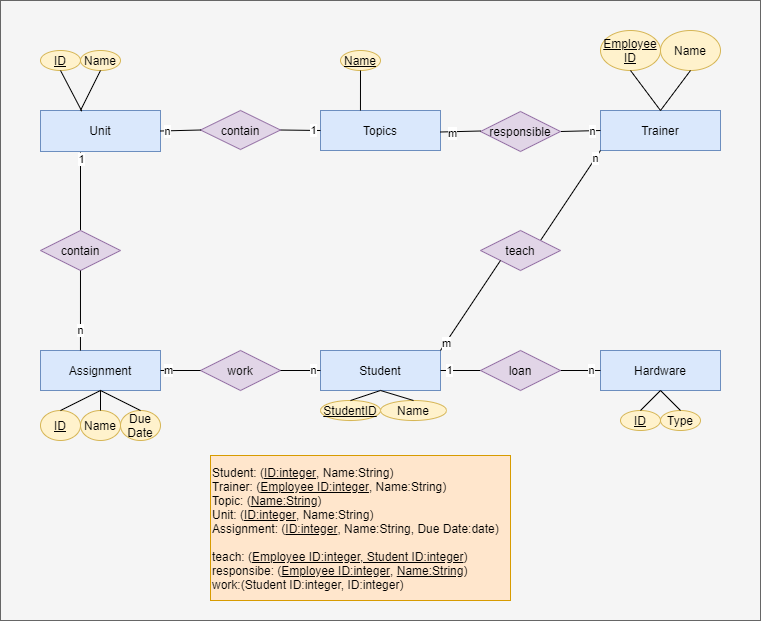
The draw.io diagram erm coders bay.png in CODERS-BAY/coders-bay-erm-mightyllama, before a commit. Source tidied: cells renumbered, new cells last; positions are measured from the earlier drawing's top-left corner, leaving out a move shared by most shapes. The source it was exported from:
```xml
<mxGraphModel>
  <root>
    <mxCell id="0" />
    <mxCell id="1" parent="0" />
    <mxCell id="2" style="rounded=0;whiteSpace=wrap;html=1;fillColor=#f5f5f5;strokeColor=#666666;fontColor=#333333;" parent="1" vertex="1">
      <mxGeometry width="760" height="620" as="geometry" />
    </mxCell>
    <mxCell id="3" value="Student" style="rounded=0;whiteSpace=wrap;html=1;fillColor=#dae8fc;strokeColor=#6c8ebf;" parent="1" vertex="1">
      <mxGeometry x="320" y="350" width="120" height="40" as="geometry" />
    </mxCell>
    <mxCell id="4" value="Topics" style="rounded=0;whiteSpace=wrap;html=1;fillColor=#dae8fc;strokeColor=#6c8ebf;" parent="1" vertex="1">
      <mxGeometry x="320" y="110" width="120" height="40" as="geometry" />
    </mxCell>
    <mxCell id="5" value="Trainer" style="rounded=0;whiteSpace=wrap;html=1;fillColor=#dae8fc;strokeColor=#6c8ebf;" parent="1" vertex="1">
      <mxGeometry x="600" y="110" width="120" height="40" as="geometry" />
    </mxCell>
    <mxCell id="6" value="Unit" style="rounded=0;whiteSpace=wrap;html=1;fillColor=#dae8fc;strokeColor=#6c8ebf;" parent="1" vertex="1">
      <mxGeometry x="40" y="110" width="120" height="41" as="geometry" />
    </mxCell>
    <mxCell id="7" value="Assignment" style="rounded=0;whiteSpace=wrap;html=1;fillColor=#dae8fc;strokeColor=#6c8ebf;" parent="1" vertex="1">
      <mxGeometry x="40" y="350" width="120" height="40" as="geometry" />
    </mxCell>
    <mxCell id="8" style="endArrow=none;html=1;entryX=0;entryY=0.5;entryDx=0;entryDy=0;exitX=1;exitY=0.5;exitDx=0;exitDy=0;" parent="1" edge="1" source="10" target="5">
      <mxGeometry relative="1" as="geometry" />
    </mxCell>
    <mxCell id="9" value="n" style="edgeLabel;html=1;align=center;verticalAlign=middle;" parent="8" vertex="1">
      <mxGeometry x="0.59" relative="1" as="geometry" />
    </mxCell>
    <mxCell id="10" value="responsible" style="rhombus;whiteSpace=wrap;html=1;fillColor=#e1d5e7;strokeColor=#9673a6;" parent="1" vertex="1">
      <mxGeometry x="480" y="111" width="80" height="40" as="geometry" />
    </mxCell>
    <mxCell id="11" style="endArrow=none;html=1;exitX=1;exitY=0.5;exitDx=0;exitDy=0;entryX=0;entryY=0.5;entryDx=0;entryDy=0;" parent="1" edge="1" source="13" target="4">
      <mxGeometry relative="1" as="geometry" />
    </mxCell>
    <mxCell id="12" value="1" style="edgeLabel;html=1;align=center;verticalAlign=middle;" parent="11" vertex="1">
      <mxGeometry x="0.65" relative="1" as="geometry" />
    </mxCell>
    <mxCell id="13" value="contain" style="rhombus;whiteSpace=wrap;html=1;fillColor=#e1d5e7;strokeColor=#9673a6;" parent="1" vertex="1">
      <mxGeometry x="200" y="110" width="80" height="39" as="geometry" />
    </mxCell>
    <mxCell id="14" style="endArrow=none;html=1;exitX=1;exitY=0.5;exitDx=0;exitDy=0;entryX=0;entryY=0.5;entryDx=0;entryDy=0;" parent="1" edge="1" source="6" target="13">
      <mxGeometry relative="1" as="geometry" />
    </mxCell>
    <mxCell id="15" value="n" style="edgeLabel;html=1;align=center;verticalAlign=middle;" parent="14" vertex="1">
      <mxGeometry x="-0.69" relative="1" as="geometry" />
    </mxCell>
    <mxCell id="16" style="endArrow=none;html=1;exitX=0.5;exitY=0;exitDx=0;exitDy=0;" parent="1" edge="1" source="18">
      <mxGeometry relative="1" as="geometry">
        <mxPoint x="80" y="152" as="targetPoint" />
      </mxGeometry>
    </mxCell>
    <mxCell id="17" value="1" style="edgeLabel;html=1;align=center;verticalAlign=middle;" parent="16" vertex="1">
      <mxGeometry x="0.84" y="-1" relative="1" as="geometry" />
    </mxCell>
    <mxCell id="18" value="contain" style="rhombus;whiteSpace=wrap;html=1;fillColor=#e1d5e7;strokeColor=#9673a6;" parent="1" vertex="1">
      <mxGeometry x="40" y="230" width="80" height="40" as="geometry" />
    </mxCell>
    <mxCell id="19" style="endArrow=none;html=1;exitX=0.333;exitY=0;exitDx=0;exitDy=0;exitPerimeter=0;" parent="1" edge="1" source="7" target="18">
      <mxGeometry relative="1" as="geometry" />
    </mxCell>
    <mxCell id="20" value="n" style="edgeLabel;html=1;align=center;verticalAlign=middle;" parent="19" vertex="1">
      <mxGeometry x="-0.87" y="1" relative="1" as="geometry">
        <mxPoint x="1" y="-14.8" as="offset" />
      </mxGeometry>
    </mxCell>
    <mxCell id="21" value="work" style="rhombus;whiteSpace=wrap;html=1;fillColor=#e1d5e7;strokeColor=#9673a6;" parent="1" vertex="1">
      <mxGeometry x="200" y="350" width="80" height="40" as="geometry" />
    </mxCell>
    <mxCell id="22" style="endArrow=none;html=1;exitX=1;exitY=0.5;exitDx=0;exitDy=0;entryX=0;entryY=0.5;entryDx=0;entryDy=0;" parent="1" edge="1" source="7" target="21">
      <mxGeometry relative="1" as="geometry" />
    </mxCell>
    <mxCell id="23" value="m" style="edgeLabel;html=1;align=center;verticalAlign=middle;" parent="22" vertex="1">
      <mxGeometry x="-0.63" relative="1" as="geometry" />
    </mxCell>
    <mxCell id="24" style="endArrow=none;html=1;exitX=1;exitY=0.5;exitDx=0;exitDy=0;" parent="1" edge="1" source="21" target="3">
      <mxGeometry relative="1" as="geometry" />
    </mxCell>
    <mxCell id="25" value="n" style="edgeLabel;html=1;align=center;verticalAlign=middle;" parent="24" vertex="1">
      <mxGeometry x="0.67" relative="1" as="geometry" />
    </mxCell>
    <mxCell id="26" style="endArrow=none;html=1;exitX=1;exitY=0;exitDx=0;exitDy=0;entryX=0;entryY=1;entryDx=0;entryDy=0;" parent="1" edge="1" source="28" target="5">
      <mxGeometry relative="1" as="geometry" />
    </mxCell>
    <mxCell id="27" value="n" style="edgeLabel;html=1;align=center;verticalAlign=middle;" parent="26" vertex="1">
      <mxGeometry x="0.84" relative="1" as="geometry" />
    </mxCell>
    <mxCell id="28" value="teach" style="rhombus;whiteSpace=wrap;html=1;fillColor=#e1d5e7;strokeColor=#9673a6;" parent="1" vertex="1">
      <mxGeometry x="480" y="230" width="80" height="40" as="geometry" />
    </mxCell>
    <mxCell id="29" style="endArrow=none;html=1;exitX=1;exitY=0;exitDx=0;exitDy=0;entryX=0;entryY=1;entryDx=0;entryDy=0;" parent="1" edge="1" source="3" target="28">
      <mxGeometry relative="1" as="geometry" />
    </mxCell>
    <mxCell id="30" value="m" style="edgeLabel;html=1;align=center;verticalAlign=middle;" parent="29" vertex="1">
      <mxGeometry x="-0.84" y="-1" relative="1" as="geometry" />
    </mxCell>
    <mxCell id="31" value="Hardware" style="rounded=0;whiteSpace=wrap;html=1;fillColor=#dae8fc;strokeColor=#6c8ebf;" parent="1" vertex="1">
      <mxGeometry x="600" y="350" width="120" height="40" as="geometry" />
    </mxCell>
    <mxCell id="32" style="endArrow=none;html=1;exitX=1;exitY=0.5;exitDx=0;exitDy=0;entryX=0;entryY=0.5;entryDx=0;entryDy=0;" parent="1" edge="1" source="3" target="31">
      <mxGeometry relative="1" as="geometry" />
    </mxCell>
    <mxCell id="33" value="1" style="edgeLabel;html=1;align=center;verticalAlign=middle;" parent="32" vertex="1">
      <mxGeometry x="-0.9" relative="1" as="geometry" />
    </mxCell>
    <mxCell id="34" value="n" style="edgeLabel;html=1;align=center;verticalAlign=middle;" parent="32" vertex="1">
      <mxGeometry x="0.88" relative="1" as="geometry" />
    </mxCell>
    <mxCell id="35" value="loan" style="rhombus;whiteSpace=wrap;html=1;fillColor=#e1d5e7;strokeColor=#9673a6;" parent="1" vertex="1">
      <mxGeometry x="480" y="350" width="80" height="40" as="geometry" />
    </mxCell>
    <mxCell id="36" value="&lt;u&gt;ID&lt;/u&gt;" style="ellipse;whiteSpace=wrap;html=1;fillColor=#fff2cc;strokeColor=#d6b656;" parent="1" vertex="1">
      <mxGeometry x="40" y="50" width="40" height="20" as="geometry" />
    </mxCell>
    <mxCell id="37" value="Name" style="ellipse;whiteSpace=wrap;html=1;fillColor=#fff2cc;strokeColor=#d6b656;" parent="1" vertex="1">
      <mxGeometry x="80" y="50" width="40" height="20" as="geometry" />
    </mxCell>
    <mxCell id="38" style="endArrow=none;html=1;exitX=0.344;exitY=0.016;exitDx=0;exitDy=0;exitPerimeter=0;entryX=0.5;entryY=1;entryDx=0;entryDy=0;" parent="1" edge="1" source="6" target="36">
      <mxGeometry relative="1" as="geometry" />
    </mxCell>
    <mxCell id="39" style="endArrow=none;html=1;entryX=0.5;entryY=1;entryDx=0;entryDy=0;" parent="1" edge="1" target="37">
      <mxGeometry relative="1" as="geometry">
        <mxPoint x="80" y="110" as="sourcePoint" />
      </mxGeometry>
    </mxCell>
    <mxCell id="40" value="&lt;u&gt;ID&lt;/u&gt;" style="ellipse;whiteSpace=wrap;html=1;fillColor=#fff2cc;strokeColor=#d6b656;" parent="1" vertex="1">
      <mxGeometry x="40" y="410" width="40" height="30" as="geometry" />
    </mxCell>
    <mxCell id="41" value="Name" style="ellipse;whiteSpace=wrap;html=1;fillColor=#fff2cc;strokeColor=#d6b656;" parent="1" vertex="1">
      <mxGeometry x="80" y="410" width="40" height="30" as="geometry" />
    </mxCell>
    <mxCell id="42" value="Due Date" style="ellipse;whiteSpace=wrap;html=1;fillColor=#fff2cc;strokeColor=#d6b656;" parent="1" vertex="1">
      <mxGeometry x="120" y="410" width="40" height="30" as="geometry" />
    </mxCell>
    <mxCell id="43" value="&lt;u&gt;StudentID&lt;/u&gt;" style="ellipse;whiteSpace=wrap;html=1;fillColor=#fff2cc;strokeColor=#d6b656;" parent="1" vertex="1">
      <mxGeometry x="320" y="400" width="60" height="20" as="geometry" />
    </mxCell>
    <mxCell id="44" value="Name" style="ellipse;whiteSpace=wrap;html=1;fillColor=#fff2cc;strokeColor=#d6b656;" parent="1" vertex="1">
      <mxGeometry x="380" y="400" width="66" height="20" as="geometry" />
    </mxCell>
    <mxCell id="45" value="&lt;u&gt;Name&lt;/u&gt;" style="ellipse;whiteSpace=wrap;html=1;fillColor=#fff2cc;strokeColor=#d6b656;" parent="1" vertex="1">
      <mxGeometry x="340" y="50" width="40" height="20" as="geometry" />
    </mxCell>
    <mxCell id="46" style="endArrow=none;html=1;exitX=0.333;exitY=0;exitDx=0;exitDy=0;exitPerimeter=0;entryX=0.5;entryY=1;entryDx=0;entryDy=0;" parent="1" edge="1" source="4" target="45">
      <mxGeometry relative="1" as="geometry" />
    </mxCell>
    <mxCell id="47" style="endArrow=none;html=1;exitX=0.5;exitY=0;exitDx=0;exitDy=0;entryX=0.5;entryY=1;entryDx=0;entryDy=0;" parent="1" edge="1" source="40" target="7">
      <mxGeometry relative="1" as="geometry" />
    </mxCell>
    <mxCell id="48" style="endArrow=none;html=1;entryX=0.5;entryY=0;entryDx=0;entryDy=0;" parent="1" edge="1" target="42">
      <mxGeometry relative="1" as="geometry">
        <mxPoint x="100" y="390" as="sourcePoint" />
      </mxGeometry>
    </mxCell>
    <mxCell id="49" style="endArrow=none;html=1;exitX=0.5;exitY=0;exitDx=0;exitDy=0;" parent="1" edge="1" source="41">
      <mxGeometry relative="1" as="geometry">
        <mxPoint x="100" y="390" as="targetPoint" />
      </mxGeometry>
    </mxCell>
    <mxCell id="50" style="endArrow=none;html=1;exitX=0.5;exitY=0;exitDx=0;exitDy=0;entryX=0.5;entryY=1;entryDx=0;entryDy=0;" parent="1" edge="1" source="43" target="3">
      <mxGeometry relative="1" as="geometry" />
    </mxCell>
    <mxCell id="51" style="endArrow=none;html=1;exitX=0.5;exitY=0;exitDx=0;exitDy=0;" parent="1" edge="1" source="44">
      <mxGeometry relative="1" as="geometry">
        <mxPoint x="380" y="390" as="targetPoint" />
      </mxGeometry>
    </mxCell>
    <mxCell id="52" value="&lt;u&gt;ID&lt;/u&gt;" style="ellipse;whiteSpace=wrap;html=1;fillColor=#fff2cc;strokeColor=#d6b656;" parent="1" vertex="1">
      <mxGeometry x="620" y="410" width="40" height="20" as="geometry" />
    </mxCell>
    <mxCell id="53" value="Type" style="ellipse;whiteSpace=wrap;html=1;fillColor=#fff2cc;strokeColor=#d6b656;" parent="1" vertex="1">
      <mxGeometry x="660" y="410" width="40" height="20" as="geometry" />
    </mxCell>
    <mxCell id="54" style="endArrow=none;html=1;exitX=0.5;exitY=0;exitDx=0;exitDy=0;entryX=0.5;entryY=1;entryDx=0;entryDy=0;" parent="1" edge="1" source="52" target="31">
      <mxGeometry relative="1" as="geometry" />
    </mxCell>
    <mxCell id="55" style="endArrow=none;html=1;exitX=0.5;exitY=0;exitDx=0;exitDy=0;entryX=0.5;entryY=1;entryDx=0;entryDy=0;" parent="1" edge="1" source="53" target="31">
      <mxGeometry relative="1" as="geometry" />
    </mxCell>
    <mxCell id="56" value="&lt;u&gt;Employee ID&lt;/u&gt;" style="ellipse;whiteSpace=wrap;html=1;fillColor=#fff2cc;strokeColor=#d6b656;" parent="1" vertex="1">
      <mxGeometry x="600" y="30" width="60" height="40" as="geometry" />
    </mxCell>
    <mxCell id="57" value="Name" style="ellipse;whiteSpace=wrap;html=1;fillColor=#fff2cc;strokeColor=#d6b656;" parent="1" vertex="1">
      <mxGeometry x="660" y="30" width="60" height="40" as="geometry" />
    </mxCell>
    <mxCell id="58" style="endArrow=none;html=1;exitX=0.5;exitY=0;exitDx=0;exitDy=0;entryX=0.5;entryY=1;entryDx=0;entryDy=0;" parent="1" edge="1" source="5" target="56">
      <mxGeometry relative="1" as="geometry" />
    </mxCell>
    <mxCell id="59" style="endArrow=none;html=1;entryX=0.5;entryY=1;entryDx=0;entryDy=0;" parent="1" edge="1" target="57">
      <mxGeometry relative="1" as="geometry">
        <mxPoint x="660" y="110" as="sourcePoint" />
      </mxGeometry>
    </mxCell>
    <mxCell id="60" value="Student: (&lt;u&gt;ID:integer&lt;/u&gt;, Name:String)&lt;br&gt;Trainer: (&lt;u&gt;Employee ID:integer&lt;/u&gt;, Name:String)&lt;br&gt;Topic: (&lt;u&gt;Name:String&lt;/u&gt;)&lt;br&gt;Unit: (&lt;u&gt;ID:integer&lt;/u&gt;, Name:String)&lt;br&gt;Assignment: (&lt;u&gt;ID:integer&lt;/u&gt;, Name:String, Due Date:date)&lt;br&gt;&lt;br&gt;teach: (&lt;u&gt;Employee ID:integer, Student ID:integer&lt;/u&gt;)&lt;br&gt;responsibe: (&lt;u&gt;Employee ID:integer&lt;/u&gt;, &lt;u&gt;Name:String&lt;/u&gt;)&lt;br&gt;work:(Student ID:integer, ID:integer)" style="rounded=0;whiteSpace=wrap;html=1;align=left;fillColor=#ffe6cc;strokeColor=#d79b00;" parent="1" vertex="1">
      <mxGeometry x="210" y="455" width="300" height="145" as="geometry" />
    </mxCell>
    <mxCell id="61" style="endArrow=none;html=1;entryX=0;entryY=0.5;entryDx=0;entryDy=0;exitX=1;exitY=0.5;exitDx=0;exitDy=0;" parent="1" edge="1">
      <mxGeometry relative="1" as="geometry">
        <mxPoint x="440" y="131.5" as="sourcePoint" />
        <mxPoint x="480" y="130.5" as="targetPoint" />
      </mxGeometry>
    </mxCell>
    <mxCell id="62" value="m" style="edgeLabel;html=1;align=center;verticalAlign=middle;" parent="61" vertex="1">
      <mxGeometry x="-0.43" y="-1" relative="1" as="geometry" />
    </mxCell>
  </root>
</mxGraphModel>
```
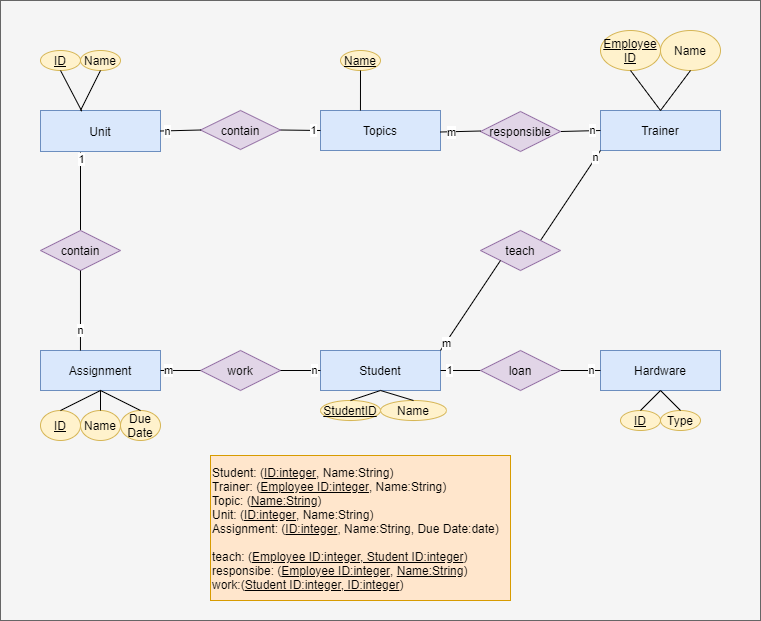
Above is the later version.

Diff of the diagram source:
```diff
@@ -190,7 +190,7 @@
         <mxPoint x="660" y="110" as="sourcePoint" />
       </mxGeometry>
     </mxCell>
-    <mxCell id="60" value="Student: (&lt;u&gt;ID:integer&lt;/u&gt;, Name:String)&lt;br&gt;Trainer: (&lt;u&gt;Employee ID:integer&lt;/u&gt;, Name:String)&lt;br&gt;Topic: (&lt;u&gt;Name:String&lt;/u&gt;)&lt;br&gt;Unit: (&lt;u&gt;ID:integer&lt;/u&gt;, Name:String)&lt;br&gt;Assignment: (&lt;u&gt;ID:integer&lt;/u&gt;, Name:String, Due Date:date)&lt;br&gt;&lt;br&gt;teach: (&lt;u&gt;Employee ID:integer, Student ID:integer&lt;/u&gt;)&lt;br&gt;responsibe: (&lt;u&gt;Employee ID:integer&lt;/u&gt;, &lt;u&gt;Name:String&lt;/u&gt;)&lt;br&gt;work:(Student ID:integer, ID:integer)" style="rounded=0;whiteSpace=wrap;html=1;align=left;fillColor=#ffe6cc;strokeColor=#d79b00;" parent="1" vertex="1">
+    <mxCell id="60" value="Student: (&lt;u&gt;ID:integer&lt;/u&gt;, Name:String)&lt;br&gt;Trainer: (&lt;u&gt;Employee ID:integer&lt;/u&gt;, Name:String)&lt;br&gt;Topic: (&lt;u&gt;Name:String&lt;/u&gt;)&lt;br&gt;Unit: (&lt;u&gt;ID:integer&lt;/u&gt;, Name:String)&lt;br&gt;Assignment: (&lt;u&gt;ID:integer&lt;/u&gt;, Name:String, Due Date:date)&lt;br&gt;&lt;br&gt;teach: (&lt;u&gt;Employee ID:integer, Student ID:integer&lt;/u&gt;)&lt;br&gt;responsibe: (&lt;u&gt;Employee ID:integer&lt;/u&gt;, &lt;u&gt;Name:String&lt;/u&gt;)&lt;br&gt;work:(&lt;u&gt;Student ID:integer, ID:integer&lt;/u&gt;)" style="rounded=0;whiteSpace=wrap;html=1;align=left;fillColor=#ffe6cc;strokeColor=#d79b00;" parent="1" vertex="1">
       <mxGeometry x="210" y="455" width="300" height="145" as="geometry" />
     </mxCell>
     <mxCell id="61" style="endArrow=none;html=1;entryX=0;entryY=0.5;entryDx=0;entryDy=0;exitX=1;exitY=0.5;exitDx=0;exitDy=0;" parent="1" edge="1">
```
